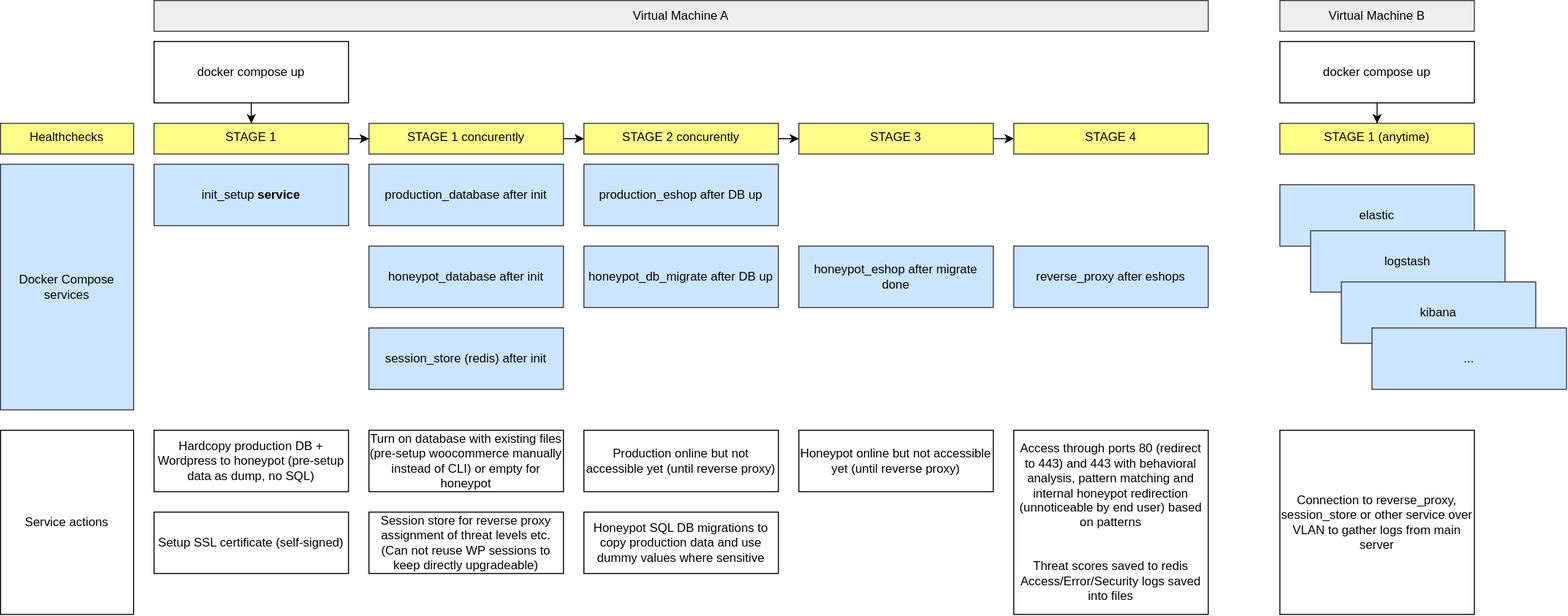
Above: docker-architecture.drawio.svg in iairu/honeypot-ids (draw.io), before the change. Source tidied: cells renumbered, new cells last; positions are measured from the earlier drawing's top-left corner, leaving out a move shared by most shapes.
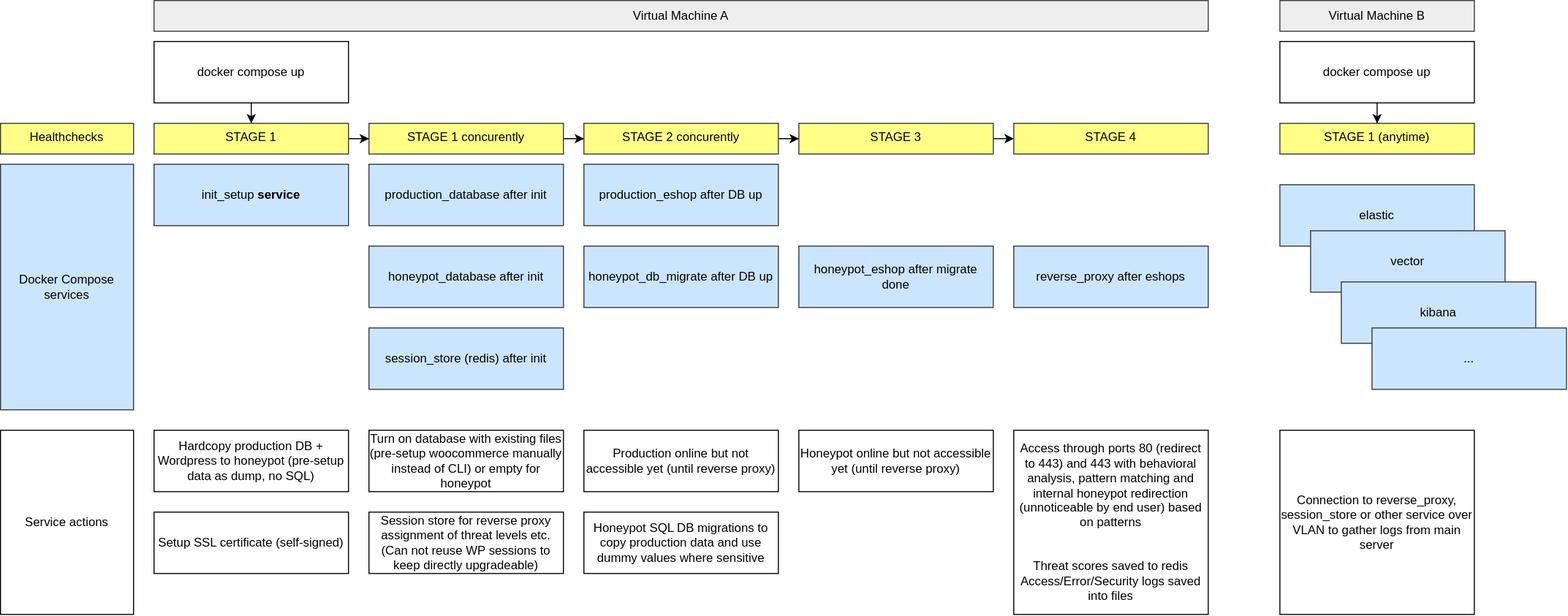
Above is the later version.

Change to the diagram source:
```diff
@@ -101,7 +101,7 @@
     <mxCell id="34" value="elastic" style="rounded=0;whiteSpace=wrap;html=1;fillColor=#cce5ff;strokeColor=#36393d;" parent="1" vertex="1">
       <mxGeometry x="1250" y="180" width="190" height="60" as="geometry" />
     </mxCell>
-    <mxCell id="35" value="logstash" style="rounded=0;whiteSpace=wrap;html=1;fillColor=#cce5ff;strokeColor=#36393d;" parent="1" vertex="1">
+    <mxCell id="35" value="vector" style="rounded=0;whiteSpace=wrap;html=1;fillColor=#cce5ff;strokeColor=#36393d;" parent="1" vertex="1">
       <mxGeometry x="1280" y="225" width="190" height="60" as="geometry" />
     </mxCell>
     <mxCell id="36" value="kibana" style="rounded=0;whiteSpace=wrap;html=1;fillColor=#cce5ff;strokeColor=#36393d;" parent="1" vertex="1">
```
